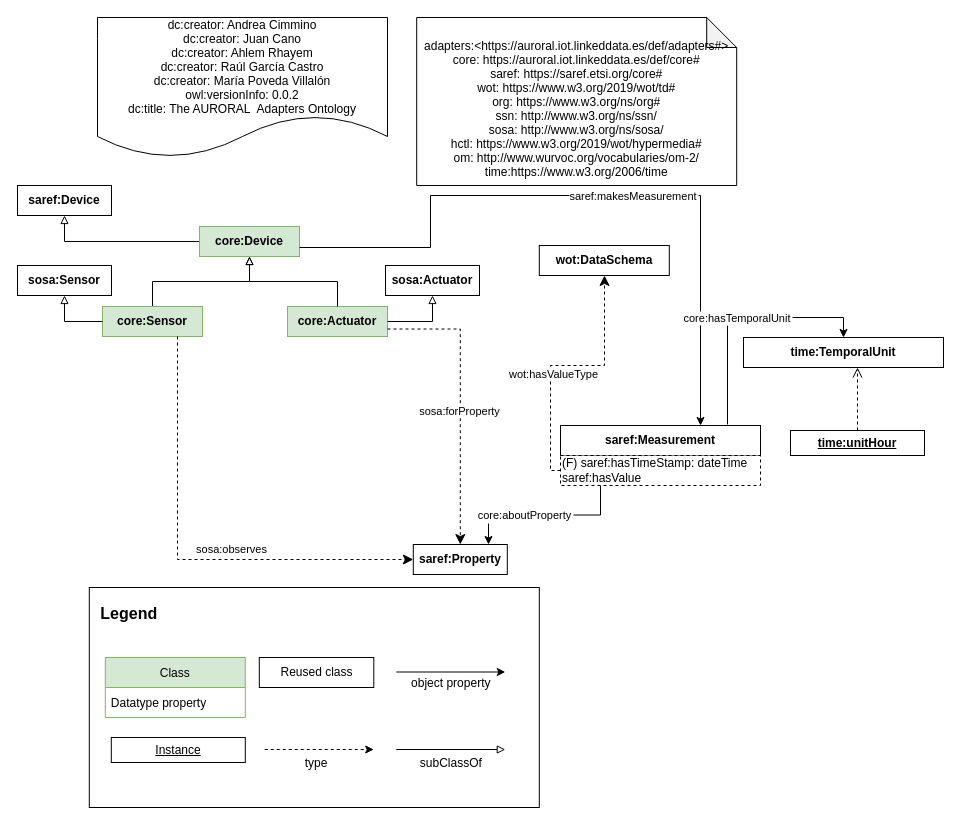
oeg-upm/auroral-adapters-ontology keeps this draw.io diagram as page "V2" (1 of 2) of Diagrams/adapters-general.drawio. Above is the earlier version. Source tidied: cells renumbered, new cells numbered last; positions are measured from the earlier drawing's top-left corner, leaving out a move shared by most shapes. Both pictures are drawn from the tidied source at 100%, with x=0, y=0 at pixel (17, 17).
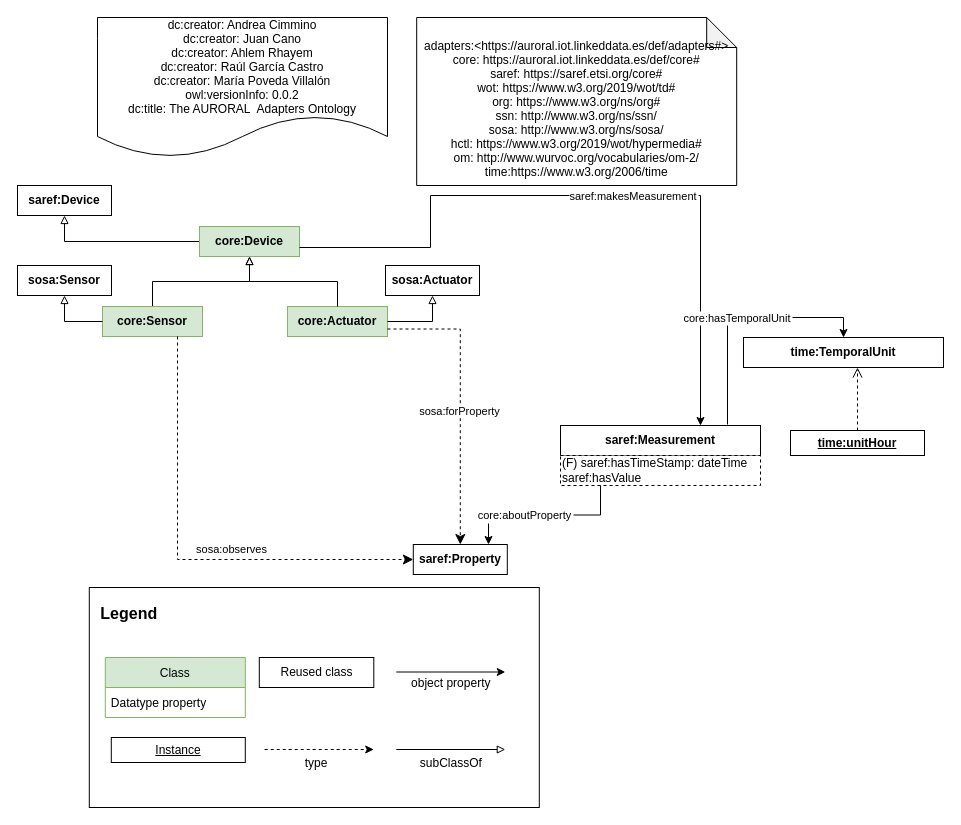
After the change.

The change refers to these unchanged cells:
```xml
<mxCell id="33" value="(F) saref:hasTimeStamp: dateTime&lt;br&gt;saref:hasValue" style="rounded=0;whiteSpace=wrap;html=1;snapToPoint=1;points=[[0.1,0],[0.2,0],[0.3,0],[0.4,0],[0.5,0],[0.6,0],[0.7,0],[0.8,0],[0.9,0],[0,0.1],[0,0.3],[0,0.5],[0,0.7],[0,0.9],[0.1,1],[0.2,1],[0.3,1],[0.4,1],[0.5,1],[0.6,1],[0.7,1],[0.8,1],[0.9,1],[1,0.1],[1,0.3],[1,0.5],[1,0.7],[1,0.9]];dashed=1;align=left;" parent="1" vertex="1">
  <mxGeometry x="543" y="438" width="200" height="30" as="geometry" />
</mxCell>
```

Diff of the diagram source:
```diff
@@
-    <mxCell id="34" value="&lt;b&gt;wot:DataSchema&lt;/b&gt;" style="rounded=0;whiteSpace=wrap;html=1;" parent="1" vertex="1">
-      <mxGeometry x="521.8" y="228" width="130" height="30" as="geometry" />
-    </mxCell>
-    <mxCell id="35" style="endArrow=classic;html=1;endSize=8;dashed=1;arcSize=0;edgeStyle=orthogonalEdgeStyle;" parent="1" edge="1" source="33" target="34">
-      <mxGeometry relative="1" as="geometry">
-        <Array as="points">
-          <mxPoint x="533" y="453" />
-          <mxPoint x="533" y="348" />
-          <mxPoint x="587" y="348" />
-        </Array>
-      </mxGeometry>
-    </mxCell>
-    <mxCell id="36" value="&lt;div&gt;wot:hasValueType&lt;/div&gt;" style="edgeLabel;html=1;align=center;verticalAlign=middle;" parent="35" vertex="1">
-      <mxGeometry x="-0.19" y="-1" relative="1" as="geometry">
-        <mxPoint x="1" y="-1.2" as="offset" />
-      </mxGeometry>
-    </mxCell>
```
